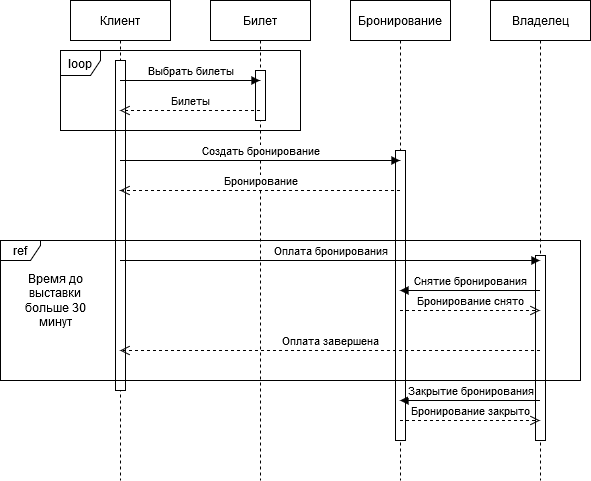
Before: diagrams/Покупка билетов.png, a diagram exported from draw.io (MrSandman5/ApplicationArchitecture). Source tidied: cells renumbered, new cells last; positions are measured from the earlier drawing's top-left corner, leaving out a move shared by most shapes.
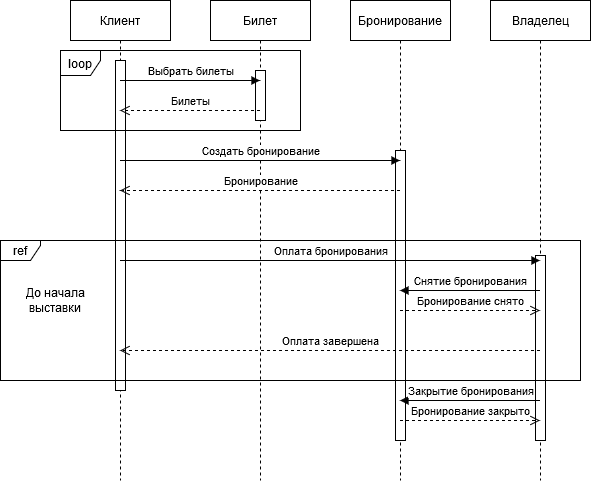
After the change.

What changed in the source:
```diff
@@ -88,7 +88,7 @@
     <mxCell id="19" value="ref" style="shape=umlFrame;whiteSpace=wrap;html=1;width=40;height=20;" parent="1" vertex="1">
       <mxGeometry y="240" width="580" height="140" as="geometry" />
     </mxCell>
-    <mxCell id="20" value="Время до выставки больше 30 минут" style="text;html=1;strokeColor=none;fillColor=none;align=center;verticalAlign=middle;whiteSpace=wrap;rounded=0;" parent="1" vertex="1">
+    <mxCell id="20" value="До начала выставки" style="text;html=1;strokeColor=none;fillColor=none;align=center;verticalAlign=middle;whiteSpace=wrap;rounded=0;" parent="1" vertex="1">
       <mxGeometry x="20" y="270" width="70" height="60" as="geometry" />
     </mxCell>
     <mxCell id="21" value="Закрытие бронирования" style="html=1;verticalAlign=bottom;endArrow=block;" parent="1" edge="1" source="8" target="6">
```
